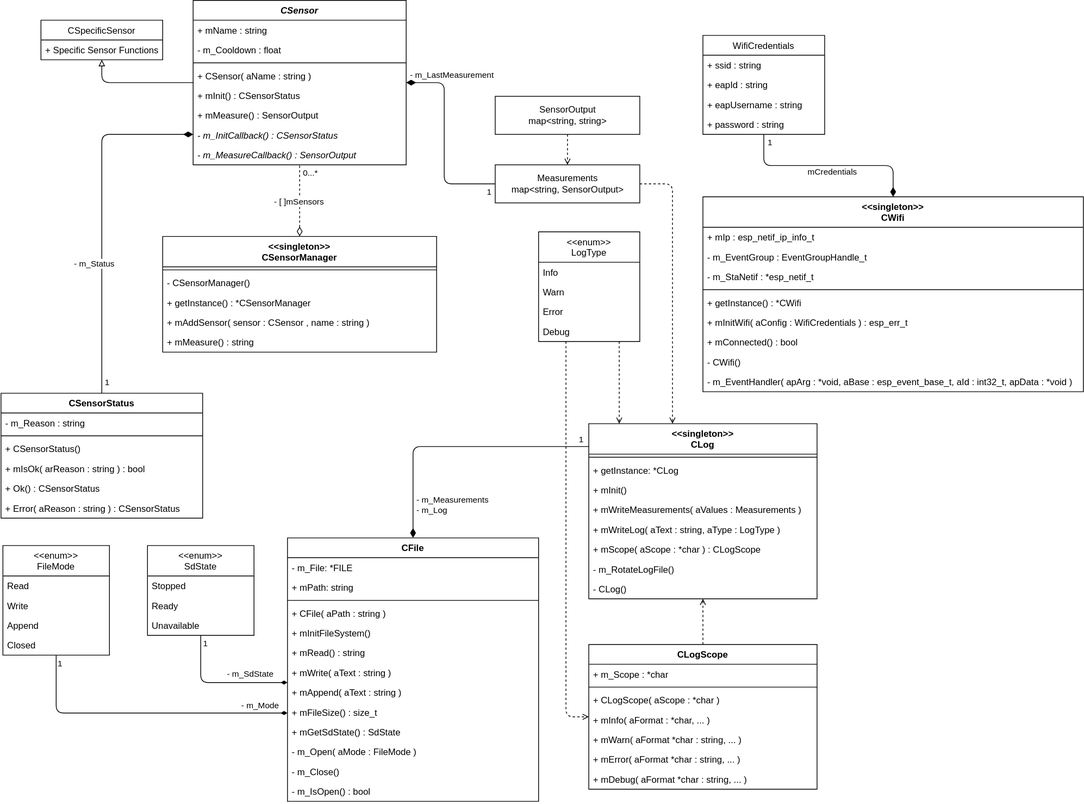
Before: complete.drawio.svg, a diagram exported from draw.io (SenseBoxTI/FirmwareDesign). Source tidied: cells renumbered, new cells last; positions are measured from the earlier drawing's top-left corner, leaving out a move shared by most shapes.
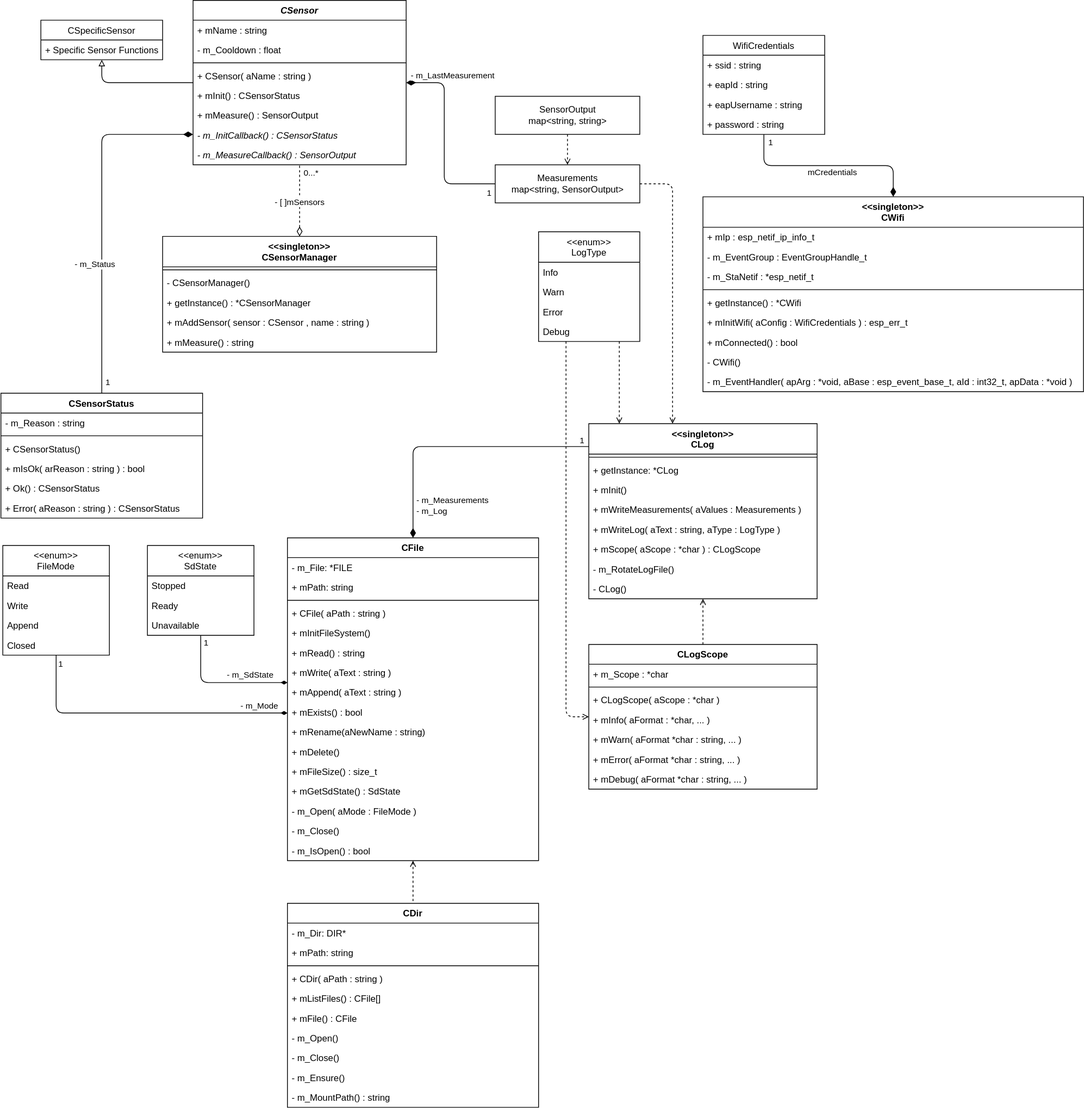
Later version of the same file.

Commit message:
Add Directory support & more file operations

The edit, as a diff of the source:
```diff
@@ -308,7 +308,7 @@
       <mxGeometry y="26" width="160" height="26" as="geometry" />
     </mxCell>
     <mxCell id="87" value="CFile" style="swimlane;fontStyle=1;align=center;verticalAlign=top;horizontal=1;startSize=26;" parent="1" vertex="1">
-      <mxGeometry x="376" y="706" width="330" height="346" as="geometry" />
+      <mxGeometry x="376" y="706" width="330" height="424" as="geometry" />
     </mxCell>
     <mxCell id="88" value="- m_File: *FILE" style="text;strokeColor=none;fillColor=none;align=left;verticalAlign=top;spacingLeft=4;spacingRight=4;overflow=hidden;" parent="87" vertex="1">
       <mxGeometry y="26" width="330" height="26" as="geometry" />
@@ -334,20 +334,29 @@
     <mxCell id="95" value="+ mAppend( aText : string )" style="text;strokeColor=none;fillColor=none;align=left;verticalAlign=top;spacingLeft=4;spacingRight=4;overflow=hidden;" parent="87" vertex="1">
       <mxGeometry y="190" width="330" height="26" as="geometry" />
     </mxCell>
+    <mxCell id="116" value="+ mExists() : bool" style="text;strokeColor=none;fillColor=none;align=left;verticalAlign=top;spacingLeft=4;spacingRight=4;overflow=hidden;" parent="87" vertex="1">
+      <mxGeometry y="216" width="330" height="26" as="geometry" />
+    </mxCell>
+    <mxCell id="117" value="+ mRename(aNewName : string)" style="text;strokeColor=none;fillColor=none;align=left;verticalAlign=top;spacingLeft=4;spacingRight=4;overflow=hidden;" parent="87" vertex="1">
+      <mxGeometry y="242" width="330" height="26" as="geometry" />
+    </mxCell>
+    <mxCell id="118" value="+ mDelete()" style="text;strokeColor=none;fillColor=none;align=left;verticalAlign=top;spacingLeft=4;spacingRight=4;overflow=hidden;" parent="87" vertex="1">
+      <mxGeometry y="268" width="330" height="26" as="geometry" />
+    </mxCell>
     <mxCell id="96" value="+ mFileSize() : size_t" style="text;strokeColor=none;fillColor=none;align=left;verticalAlign=top;spacingLeft=4;spacingRight=4;overflow=hidden;" parent="87" vertex="1">
-      <mxGeometry y="216" width="330" height="26" as="geometry" />
+      <mxGeometry y="294" width="330" height="26" as="geometry" />
     </mxCell>
     <mxCell id="97" value="+ mGetSdState() : SdState" style="text;strokeColor=none;fillColor=none;align=left;verticalAlign=top;spacingLeft=4;spacingRight=4;overflow=hidden;" parent="87" vertex="1">
-      <mxGeometry y="242" width="330" height="26" as="geometry" />
+      <mxGeometry y="320" width="330" height="26" as="geometry" />
     </mxCell>
     <mxCell id="98" value="- m_Open( aMode : FileMode )" style="text;strokeColor=none;fillColor=none;align=left;verticalAlign=top;spacingLeft=4;spacingRight=4;overflow=hidden;" parent="87" vertex="1">
-      <mxGeometry y="268" width="330" height="26" as="geometry" />
+      <mxGeometry y="346" width="330" height="26" as="geometry" />
     </mxCell>
     <mxCell id="99" value="- m_Close()" style="text;strokeColor=none;fillColor=none;align=left;verticalAlign=top;spacingLeft=4;spacingRight=4;overflow=hidden;" parent="87" vertex="1">
-      <mxGeometry y="294" width="330" height="26" as="geometry" />
+      <mxGeometry y="372" width="330" height="26" as="geometry" />
     </mxCell>
     <mxCell id="100" value="- m_IsOpen() : bool" style="text;strokeColor=none;fillColor=none;align=left;verticalAlign=top;spacingLeft=4;spacingRight=4;overflow=hidden;" parent="87" vertex="1">
-      <mxGeometry y="320" width="330" height="26" as="geometry" />
+      <mxGeometry y="398" width="330" height="26" as="geometry" />
     </mxCell>
     <mxCell id="101" style="edgeStyle=orthogonalEdgeStyle;html=1;endArrow=diamondThin;endFill=1;" parent="1" edge="1" source="104" target="87">
       <mxGeometry relative="1" as="geometry">
@@ -410,5 +419,41 @@
     <mxCell id="115" value="Unavailable" style="text;strokeColor=none;fillColor=none;align=left;verticalAlign=top;spacingLeft=4;spacingRight=4;overflow=hidden;" parent="112" vertex="1">
       <mxGeometry y="92" width="140" height="26" as="geometry" />
     </mxCell>
+    <mxCell id="119" style="edgeStyle=none;html=1;entryX=0.5;entryY=0;entryDx=0;entryDy=0;dashed=1;endArrow=none;endFill=0;startArrow=open;startFill=0;exitX=0.5;exitY=1;exitDx=0;exitDy=0;" parent="1" edge="1" source="87" target="120">
+      <mxGeometry relative="1" as="geometry" />
+    </mxCell>
+    <mxCell id="120" value="CDir" style="swimlane;fontStyle=1;align=center;verticalAlign=top;horizontal=1;startSize=26;" parent="1" vertex="1">
+      <mxGeometry x="376" y="1186" width="330" height="268" as="geometry" />
+    </mxCell>
+    <mxCell id="121" value="- m_Dir: DIR*" style="text;strokeColor=none;fillColor=none;align=left;verticalAlign=top;spacingLeft=4;spacingRight=4;overflow=hidden;" parent="120" vertex="1">
+      <mxGeometry y="26" width="330" height="26" as="geometry" />
+    </mxCell>
+    <mxCell id="122" value="+ mPath: string" style="text;strokeColor=none;fillColor=none;align=left;verticalAlign=top;spacingLeft=4;spacingRight=4;overflow=hidden;" parent="120" vertex="1">
+      <mxGeometry y="52" width="330" height="26" as="geometry" />
+    </mxCell>
+    <mxCell id="123" style="line;strokeWidth=1;fillColor=none;align=left;verticalAlign=middle;spacingTop=-1;spacingLeft=3;spacingRight=3;labelPosition=right;" parent="120" vertex="1">
+      <mxGeometry y="78" width="330" height="8" as="geometry" />
+    </mxCell>
+    <mxCell id="124" value="+ CDir( aPath : string )" style="text;strokeColor=none;fillColor=none;align=left;verticalAlign=top;spacingLeft=4;spacingRight=4;overflow=hidden;" parent="120" vertex="1">
+      <mxGeometry y="86" width="330" height="26" as="geometry" />
+    </mxCell>
+    <mxCell id="125" value="+ mListFiles() : CFile[]" style="text;strokeColor=none;fillColor=none;align=left;verticalAlign=top;spacingLeft=4;spacingRight=4;overflow=hidden;" parent="120" vertex="1">
+      <mxGeometry y="112" width="330" height="26" as="geometry" />
+    </mxCell>
+    <mxCell id="126" value="+ mFile() : CFile" style="text;strokeColor=none;fillColor=none;align=left;verticalAlign=top;spacingLeft=4;spacingRight=4;overflow=hidden;" parent="120" vertex="1">
+      <mxGeometry y="138" width="330" height="26" as="geometry" />
+    </mxCell>
+    <mxCell id="127" value="- m_Open()" style="text;strokeColor=none;fillColor=none;align=left;verticalAlign=top;spacingLeft=4;spacingRight=4;overflow=hidden;" parent="120" vertex="1">
+      <mxGeometry y="164" width="330" height="26" as="geometry" />
+    </mxCell>
+    <mxCell id="128" value="- m_Close()" style="text;strokeColor=none;fillColor=none;align=left;verticalAlign=top;spacingLeft=4;spacingRight=4;overflow=hidden;" parent="120" vertex="1">
+      <mxGeometry y="190" width="330" height="26" as="geometry" />
+    </mxCell>
+    <mxCell id="129" value="- m_Ensure()" style="text;strokeColor=none;fillColor=none;align=left;verticalAlign=top;spacingLeft=4;spacingRight=4;overflow=hidden;" parent="120" vertex="1">
+      <mxGeometry y="216" width="330" height="26" as="geometry" />
+    </mxCell>
+    <mxCell id="130" value="- m_MountPath() : string" style="text;strokeColor=none;fillColor=none;align=left;verticalAlign=top;spacingLeft=4;spacingRight=4;overflow=hidden;" parent="120" vertex="1">
+      <mxGeometry y="242" width="330" height="26" as="geometry" />
+    </mxCell>
   </root>
 </mxGraphModel>
```
